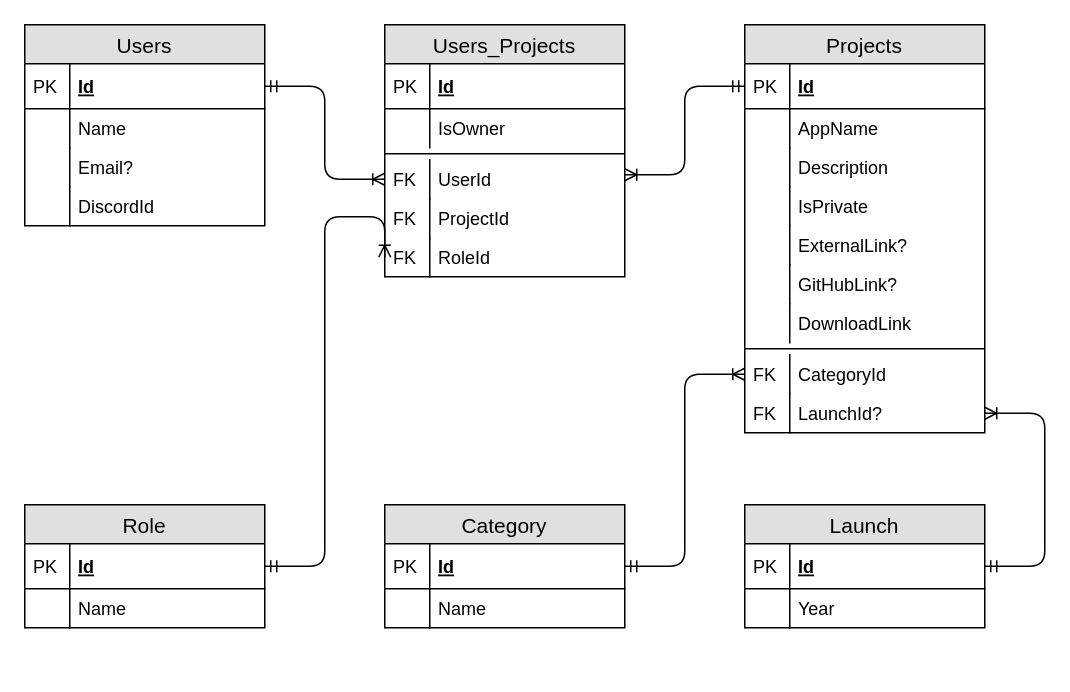
Above: Docs/DbSchema.drawio in Panda-Sharp/UwpCommunity.WebApi (draw.io), before the change. Source tidied: cells renumbered, new cells numbered last; positions are measured from the earlier drawing's top-left corner, leaving out a move shared by most shapes. Both pictures are drawn from the tidied source at 150%, with x=0, y=0 at pixel (24, 24).
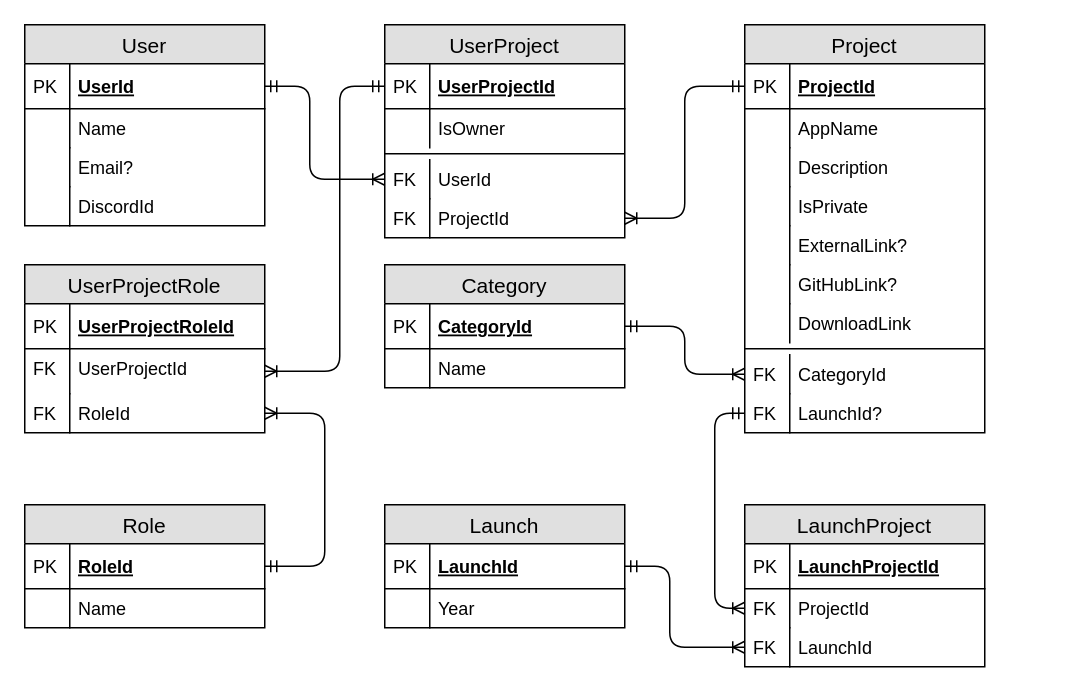
After the change.

Commit message (it also covers changes not shown here):
Update database schema

Unchanged cells that the change refers to:
```xml
<mxCell id="8" value="UserId" style="shape=partialRectangle;top=0;left=0;right=0;bottom=0;align=left;verticalAlign=top;fillColor=none;spacingLeft=34;spacingRight=4;overflow=hidden;points=[[0,0.5],[1,0.5]];portConstraint=eastwest;fontSize=12;" parent="2" vertex="1">
  <mxGeometry y="90" width="160" height="26" as="geometry" />
</mxCell>
<mxCell id="10" value="ProjectId" style="shape=partialRectangle;top=0;left=0;right=0;bottom=0;align=left;verticalAlign=top;fillColor=none;spacingLeft=34;spacingRight=4;overflow=hidden;points=[[0,0.5],[1,0.5]];portConstraint=eastwest;fontSize=12;" parent="2" vertex="1">
  <mxGeometry y="116" width="160" height="26" as="geometry" />
</mxCell>
<mxCell id="39" value="CategoryId" style="shape=partialRectangle;top=0;left=0;right=0;bottom=0;align=left;verticalAlign=top;fillColor=none;spacingLeft=34;spacingRight=4;overflow=hidden;points=[[0,0.5],[1,0.5]];portConstraint=eastwest;fontSize=12;" parent="23" vertex="1">
  <mxGeometry y="220" width="160" height="26" as="geometry" />
</mxCell>
<mxCell id="41" value="LaunchId?" style="shape=partialRectangle;top=0;left=0;right=0;bottom=0;align=left;verticalAlign=top;fillColor=none;spacingLeft=34;spacingRight=4;overflow=hidden;points=[[0,0.5],[1,0.5]];portConstraint=eastwest;fontSize=12;" parent="23" vertex="1">
  <mxGeometry y="246" width="160" height="26" as="geometry" />
</mxCell>
<mxCell id="43" value="Role" style="swimlane;fontStyle=0;horizontal=1;startSize=26;fillColor=#e0e0e0;swimlaneFillColor=#ffffff;align=center;fontSize=14;" parent="1" vertex="1">
  <mxGeometry y="320" width="160" height="82" as="geometry" />
</mxCell>
```

Diff of the diagram source:
```diff
@@
-    <mxCell id="2" value="Users_Projects" style="swimlane;fontStyle=0;horizontal=1;startSize=26;fillColor=#e0e0e0;swimlaneFillColor=#ffffff;align=center;fontSize=14;" parent="1" vertex="1">
-      <mxGeometry x="240" width="160" height="168" as="geometry" />
+    <mxCell id="2" value="UserProject" style="swimlane;fontStyle=0;horizontal=1;startSize=26;fillColor=#e0e0e0;swimlaneFillColor=#ffffff;align=center;fontSize=14;" parent="1" vertex="1">
+      <mxGeometry x="240" width="160" height="142" as="geometry" />
     </mxCell>
-    <mxCell id="3" value="Id" style="shape=partialRectangle;top=0;left=0;right=0;bottom=1;align=left;verticalAlign=middle;fillColor=none;spacingLeft=34;spacingRight=4;overflow=hidden;points=[[0,0.5],[1,0.5]];portConstraint=eastwest;fontStyle=5;fontSize=12;" parent="2" vertex="1">
+    <mxCell id="3" value="UserProjectId" style="shape=partialRectangle;top=0;left=0;right=0;bottom=1;align=left;verticalAlign=middle;fillColor=none;spacingLeft=34;spacingRight=4;overflow=hidden;points=[[0,0.5],[1,0.5]];portConstraint=eastwest;fontStyle=5;fontSize=12;" parent="2" vertex="1">
       <mxGeometry y="26" width="160" height="30" as="geometry" />
     </mxCell>
@@
-    <mxCell id="12" value="RoleId" style="shape=partialRectangle;top=0;left=0;right=0;bottom=0;align=left;verticalAlign=top;fillColor=none;spacingLeft=34;spacingRight=4;overflow=hidden;points=[[0,0.5],[1,0.5]];portConstraint=eastwest;fontSize=12;" parent="2" vertex="1">
-      <mxGeometry y="142" width="160" height="26" as="geometry" />
-    </mxCell>
-    <mxCell id="13" value="FK" style="shape=partialRectangle;top=0;left=0;bottom=0;fillColor=none;align=left;verticalAlign=top;spacingLeft=4;spacingRight=4;overflow=hidden;fontSize=12;" parent="12" vertex="1">
-      <mxGeometry width="30" height="26" as="geometry" />
-    </mxCell>
-    <mxCell id="14" value="Users" style="swimlane;fontStyle=0;horizontal=1;startSize=26;fillColor=#e0e0e0;swimlaneFillColor=#ffffff;align=center;fontSize=14;" parent="1" vertex="1">
+    <mxCell id="14" value="User" style="swimlane;fontStyle=0;horizontal=1;startSize=26;fillColor=#e0e0e0;swimlaneFillColor=#ffffff;align=center;fontSize=14;" parent="1" vertex="1">
       <mxGeometry width="160" height="134" as="geometry" />
     </mxCell>
-    <mxCell id="15" value="Id" style="shape=partialRectangle;top=0;left=0;right=0;bottom=1;align=left;verticalAlign=middle;fillColor=none;spacingLeft=34;spacingRight=4;overflow=hidden;points=[[0,0.5],[1,0.5]];portConstraint=eastwest;fontStyle=5;fontSize=12;" parent="14" vertex="1">
+    <mxCell id="15" value="UserId" style="shape=partialRectangle;top=0;left=0;right=0;bottom=1;align=left;verticalAlign=middle;fillColor=none;spacingLeft=34;spacingRight=4;overflow=hidden;points=[[0,0.5],[1,0.5]];portConstraint=eastwest;fontStyle=5;fontSize=12;" parent="14" vertex="1">
       <mxGeometry y="26" width="160" height="30" as="geometry" />
     </mxCell>
@@
-    <mxCell id="23" value="Projects" style="swimlane;fontStyle=0;horizontal=1;startSize=26;fillColor=#e0e0e0;swimlaneFillColor=#ffffff;align=center;fontSize=14;" parent="1" vertex="1">
+    <mxCell id="23" value="Project" style="swimlane;fontStyle=0;horizontal=1;startSize=26;fillColor=#e0e0e0;swimlaneFillColor=#ffffff;align=center;fontSize=14;" parent="1" vertex="1">
       <mxGeometry x="480" width="160" height="272" as="geometry" />
     </mxCell>
-    <mxCell id="24" value="Id" style="shape=partialRectangle;top=0;left=0;right=0;bottom=1;align=left;verticalAlign=middle;fillColor=none;spacingLeft=34;spacingRight=4;overflow=hidden;points=[[0,0.5],[1,0.5]];portConstraint=eastwest;fontStyle=5;fontSize=12;" parent="23" vertex="1">
+    <mxCell id="24" value="ProjectId" style="shape=partialRectangle;top=0;left=0;right=0;bottom=1;align=left;verticalAlign=middle;fillColor=none;spacingLeft=34;spacingRight=4;overflow=hidden;points=[[0,0.5],[1,0.5]];portConstraint=eastwest;fontStyle=5;fontSize=12;" parent="23" vertex="1">
       <mxGeometry y="26" width="160" height="30" as="geometry" />
     </mxCell>
@@
+    <mxCell id="48" style="edgeStyle=orthogonalEdgeStyle;fontSize=12;html=1;endArrow=ERoneToMany;startArrow=ERmandOne;exitX=1;exitY=0.5;exitDx=0;exitDy=0;entryX=0;entryY=0.5;entryDx=0;entryDy=0;" parent="1" edge="1" source="52" target="75">
+      <mxGeometry relative="1" as="geometry">
+        <Array as="points">
+          <mxPoint x="430" y="361" />
+          <mxPoint x="430" y="415" />
+        </Array>
+      </mxGeometry>
+    </mxCell>
+    <mxCell id="49" style="edgeStyle=orthogonalEdgeStyle;fontSize=12;html=1;endArrow=ERoneToMany;startArrow=ERmandOne;exitX=1;exitY=0.5;exitDx=0;exitDy=0;entryX=0;entryY=0.5;entryDx=0;entryDy=0;" parent="1" edge="1" source="15" target="8">
+      <mxGeometry relative="1" as="geometry">
+        <Array as="points">
+          <mxPoint x="190" y="41" />
+          <mxPoint x="190" y="103" />
+        </Array>
+      </mxGeometry>
+    </mxCell>
+    <mxCell id="50" style="fontSize=12;html=1;endArrow=ERoneToMany;startArrow=ERmandOne;anchorPointDirection=1;edgeStyle=orthogonalEdgeStyle;exitX=0;exitY=0.5;exitDx=0;exitDy=0;entryX=1;entryY=0.5;entryDx=0;entryDy=0;" parent="1" edge="1" source="24" target="10">
+      <mxGeometry relative="1" as="geometry">
+        <Array as="points">
+          <mxPoint x="440" y="41" />
+          <mxPoint x="440" y="129" />
+        </Array>
+      </mxGeometry>
+    </mxCell>
+    <mxCell id="56" style="fontSize=12;html=1;endArrow=ERoneToMany;startArrow=ERmandOne;anchorPointDirection=1;edgeStyle=orthogonalEdgeStyle;exitX=1;exitY=0.5;exitDx=0;exitDy=0;entryX=1;entryY=0.5;entryDx=0;entryDy=0;" parent="1" edge="1" source="44" target="12">
+      <mxGeometry relative="1" as="geometry">
+        <Array as="points">
+          <mxPoint x="200" y="361" />
+          <mxPoint x="200" y="259" />
+        </Array>
+      </mxGeometry>
+    </mxCell>
+    <mxCell id="62" style="edgeStyle=orthogonalEdgeStyle;fontSize=12;html=1;endArrow=ERoneToMany;startArrow=ERmandOne;entryX=0;entryY=0.5;entryDx=0;entryDy=0;exitX=1;exitY=0.5;exitDx=0;exitDy=0;" parent="1" edge="1" source="58" target="39">
+      <mxGeometry relative="1" as="geometry">
+        <Array as="points">
+          <mxPoint x="440" y="201" />
+          <mxPoint x="440" y="233" />
+        </Array>
+      </mxGeometry>
+    </mxCell>
+    <mxCell id="63" style="fontSize=12;html=1;endArrow=ERoneToMany;startArrow=ERmandOne;anchorPointDirection=1;edgeStyle=orthogonalEdgeStyle;exitX=0;exitY=0.5;exitDx=0;exitDy=0;entryX=1;entryY=0.5;entryDx=0;entryDy=0;" parent="1" edge="1" source="3" target="67">
+      <mxGeometry relative="1" as="geometry">
+        <Array as="points">
+          <mxPoint x="210" y="41" />
+          <mxPoint x="210" y="231" />
+        </Array>
+      </mxGeometry>
+    </mxCell>
+    <mxCell id="57" value="Category" style="swimlane;fontStyle=0;horizontal=1;startSize=26;fillColor=#e0e0e0;swimlaneFillColor=#ffffff;align=center;fontSize=14;" parent="1" vertex="1">
+      <mxGeometry x="240" y="160" width="160" height="82" as="geometry" />
+    </mxCell>
+    <mxCell id="58" value="CategoryId" style="shape=partialRectangle;top=0;left=0;right=0;bottom=1;align=left;verticalAlign=middle;fillColor=none;spacingLeft=34;spacingRight=4;overflow=hidden;points=[[0,0.5],[1,0.5]];portConstraint=eastwest;fontStyle=5;fontSize=12;" parent="57" vertex="1">
+      <mxGeometry y="26" width="160" height="30" as="geometry" />
+    </mxCell>
+    <mxCell id="59" value="PK" style="shape=partialRectangle;top=0;left=0;bottom=0;fillColor=none;align=left;verticalAlign=middle;spacingLeft=4;spacingRight=4;overflow=hidden;fontSize=12;" parent="58" vertex="1">
+      <mxGeometry width="30" height="30" as="geometry" />
+    </mxCell>
+    <mxCell id="60" value="Name" style="shape=partialRectangle;top=0;left=0;right=0;bottom=0;align=left;verticalAlign=top;fillColor=none;spacingLeft=34;spacingRight=4;overflow=hidden;fontSize=12;" parent="57" vertex="1">
+      <mxGeometry y="56" width="160" height="26" as="geometry" />
+    </mxCell>
+    <mxCell id="61" style="shape=partialRectangle;top=0;left=0;bottom=0;fillColor=none;align=left;verticalAlign=top;spacingLeft=4;spacingRight=4;overflow=hidden;fontSize=12;" parent="60" vertex="1">
+      <mxGeometry width="30" height="26" as="geometry" />
+    </mxCell>
+    <mxCell id="64" value="UserProjectRole" style="swimlane;fontStyle=0;horizontal=1;startSize=26;fillColor=#e0e0e0;swimlaneFillColor=#ffffff;align=center;fontSize=14;" parent="1" vertex="1">
+      <mxGeometry y="160" width="160" height="112" as="geometry" />
+    </mxCell>
+    <mxCell id="65" value="UserProjectRoleId" style="shape=partialRectangle;top=0;left=0;right=0;bottom=1;align=left;verticalAlign=middle;fillColor=none;spacingLeft=34;spacingRight=4;overflow=hidden;fontStyle=5;fontSize=12;" parent="64" vertex="1">
+      <mxGeometry y="26" width="160" height="30" as="geometry" />
+    </mxCell>
+    <mxCell id="66" value="PK" style="shape=partialRectangle;top=0;left=0;bottom=0;fillColor=none;align=left;verticalAlign=middle;spacingLeft=4;spacingRight=4;overflow=hidden;fontSize=12;" parent="65" vertex="1">
+      <mxGeometry width="30" height="30" as="geometry" />
+    </mxCell>
+    <mxCell id="67" value="UserProjectId" style="shape=partialRectangle;top=0;left=0;right=0;bottom=0;align=left;verticalAlign=top;fillColor=none;spacingLeft=34;spacingRight=4;overflow=hidden;points=[[0,0.5],[1,0.5]];portConstraint=eastwest;fontSize=12;" parent="64" vertex="1">
+      <mxGeometry y="56" width="160" height="30" as="geometry" />
+    </mxCell>
+    <mxCell id="68" value="FK" style="shape=partialRectangle;top=0;left=0;bottom=0;fillColor=none;align=left;verticalAlign=top;spacingLeft=4;spacingRight=4;overflow=hidden;fontSize=12;" parent="67" vertex="1">
+      <mxGeometry width="30" height="30" as="geometry" />
+    </mxCell>
+    <mxCell id="12" value="RoleId" style="shape=partialRectangle;top=0;left=0;right=0;bottom=0;align=left;verticalAlign=top;fillColor=none;spacingLeft=34;spacingRight=4;overflow=hidden;points=[[0,0.5],[1,0.5]];portConstraint=eastwest;fontSize=12;" parent="64" vertex="1">
+      <mxGeometry y="86" width="160" height="26" as="geometry" />
+    </mxCell>
+    <mxCell id="69" value="FK" style="shape=partialRectangle;top=0;left=0;bottom=0;fillColor=none;align=left;verticalAlign=top;spacingLeft=4;spacingRight=4;overflow=hidden;fontSize=12;" parent="12" vertex="1">
+      <mxGeometry width="30" height="26" as="geometry" />
+    </mxCell>
@@
-    <mxCell id="44" value="Id" style="shape=partialRectangle;top=0;left=0;right=0;bottom=1;align=left;verticalAlign=middle;fillColor=none;spacingLeft=34;spacingRight=4;overflow=hidden;points=[[0,0.5],[1,0.5]];portConstraint=eastwest;fontStyle=5;fontSize=12;" parent="43" vertex="1">
+    <mxCell id="44" value="RoleId" style="shape=partialRectangle;top=0;left=0;right=0;bottom=1;align=left;verticalAlign=middle;fillColor=none;spacingLeft=34;spacingRight=4;overflow=hidden;points=[[0,0.5],[1,0.5]];portConstraint=eastwest;fontStyle=5;fontSize=12;" parent="43" vertex="1">
       <mxGeometry y="26" width="160" height="30" as="geometry" />
     </mxCell>
@@
-    <mxCell id="48" style="edgeStyle=orthogonalEdgeStyle;fontSize=12;html=1;endArrow=ERoneToMany;startArrow=ERmandOne;entryX=1;entryY=0.5;entryDx=0;entryDy=0;exitX=1;exitY=0.5;exitDx=0;exitDy=0;" parent="1" edge="1" source="52" target="41">
-      <mxGeometry relative="1" as="geometry">
-        <Array as="points">
-          <mxPoint x="680" y="361" />
-          <mxPoint x="680" y="259" />
-        </Array>
-      </mxGeometry>
-    </mxCell>
-    <mxCell id="49" style="edgeStyle=orthogonalEdgeStyle;fontSize=12;html=1;endArrow=ERoneToMany;startArrow=ERmandOne;exitX=1;exitY=0.5;exitDx=0;exitDy=0;entryX=0;entryY=0.5;entryDx=0;entryDy=0;" parent="1" edge="1" source="15" target="8">
-      <mxGeometry relative="1" as="geometry" />
-    </mxCell>
-    <mxCell id="50" style="fontSize=12;html=1;endArrow=ERoneToMany;startArrow=ERmandOne;anchorPointDirection=1;edgeStyle=orthogonalEdgeStyle;exitX=0;exitY=0.5;exitDx=0;exitDy=0;" parent="1" edge="1" source="24">
-      <mxGeometry relative="1" as="geometry">
-        <mxPoint x="400" y="100" as="targetPoint" />
-        <Array as="points">
-          <mxPoint x="440" y="41" />
-          <mxPoint x="440" y="100" />
-        </Array>
-      </mxGeometry>
-    </mxCell>
     <mxCell id="51" value="Launch" style="swimlane;fontStyle=0;horizontal=1;startSize=26;fillColor=#e0e0e0;swimlaneFillColor=#ffffff;align=center;fontSize=14;" parent="1" vertex="1">
-      <mxGeometry x="480" y="320" width="160" height="82" as="geometry" />
+      <mxGeometry x="240" y="320" width="160" height="82" as="geometry" />
     </mxCell>
-    <mxCell id="52" value="Id" style="shape=partialRectangle;top=0;left=0;right=0;bottom=1;align=left;verticalAlign=middle;fillColor=none;spacingLeft=34;spacingRight=4;overflow=hidden;points=[[0,0.5],[1,0.5]];portConstraint=eastwest;fontStyle=5;fontSize=12;" parent="51" vertex="1">
+    <mxCell id="52" value="LaunchId" style="shape=partialRectangle;top=0;left=0;right=0;bottom=1;align=left;verticalAlign=middle;fillColor=none;spacingLeft=34;spacingRight=4;overflow=hidden;points=[[0,0.5],[1,0.5]];portConstraint=eastwest;fontStyle=5;fontSize=12;" parent="51" vertex="1">
       <mxGeometry y="26" width="160" height="30" as="geometry" />
     </mxCell>
@@
-    <mxCell id="56" style="fontSize=12;html=1;endArrow=ERoneToMany;startArrow=ERmandOne;anchorPointDirection=1;edgeStyle=orthogonalEdgeStyle;exitX=1;exitY=0.5;exitDx=0;exitDy=0;entryX=0;entryY=0.5;entryDx=0;entryDy=0;" parent="1" edge="1" source="44" target="12">
-      <mxGeometry relative="1" as="geometry">
-        <Array as="points">
-          <mxPoint x="200" y="361" />
-          <mxPoint x="200" y="128" />
-          <mxPoint x="240" y="128" />
-        </Array>
-      </mxGeometry>
-    </mxCell>
-    <mxCell id="57" value="Category" style="swimlane;fontStyle=0;horizontal=1;startSize=26;fillColor=#e0e0e0;swimlaneFillColor=#ffffff;align=center;fontSize=14;" parent="1" vertex="1">
-      <mxGeometry x="240" y="320" width="160" height="82" as="geometry" />
-    </mxCell>
-    <mxCell id="58" value="Id" style="shape=partialRectangle;top=0;left=0;right=0;bottom=1;align=left;verticalAlign=middle;fillColor=none;spacingLeft=34;spacingRight=4;overflow=hidden;points=[[0,0.5],[1,0.5]];portConstraint=eastwest;fontStyle=5;fontSize=12;" parent="57" vertex="1">
-      <mxGeometry y="26" width="160" height="30" as="geometry" />
-    </mxCell>
-    <mxCell id="59" value="PK" style="shape=partialRectangle;top=0;left=0;bottom=0;fillColor=none;align=left;verticalAlign=middle;spacingLeft=4;spacingRight=4;overflow=hidden;fontSize=12;" parent="58" vertex="1">
-      <mxGeometry width="30" height="30" as="geometry" />
-    </mxCell>
-    <mxCell id="60" value="Name" style="shape=partialRectangle;top=0;left=0;right=0;bottom=0;align=left;verticalAlign=top;fillColor=none;spacingLeft=34;spacingRight=4;overflow=hidden;fontSize=12;" parent="57" vertex="1">
-      <mxGeometry y="56" width="160" height="26" as="geometry" />
-    </mxCell>
-    <mxCell id="61" style="shape=partialRectangle;top=0;left=0;bottom=0;fillColor=none;align=left;verticalAlign=top;spacingLeft=4;spacingRight=4;overflow=hidden;fontSize=12;" parent="60" vertex="1">
-      <mxGeometry width="30" height="26" as="geometry" />
-    </mxCell>
-    <mxCell id="62" style="edgeStyle=orthogonalEdgeStyle;fontSize=12;html=1;endArrow=ERoneToMany;startArrow=ERmandOne;entryX=0;entryY=0.5;entryDx=0;entryDy=0;exitX=1;exitY=0.5;exitDx=0;exitDy=0;" parent="1" edge="1" source="58" target="39">
-      <mxGeometry relative="1" as="geometry">
-        <Array as="points">
-          <mxPoint x="440" y="361" />
-          <mxPoint x="440" y="233" />
-        </Array>
-      </mxGeometry>
-    </mxCell>
+    <mxCell id="70" value="LaunchProject" style="swimlane;fontStyle=0;horizontal=1;startSize=26;fillColor=#e0e0e0;swimlaneFillColor=#ffffff;align=center;fontSize=14;" parent="1" vertex="1">
+      <mxGeometry x="480" y="320" width="160" height="108" as="geometry" />
+    </mxCell>
+    <mxCell id="71" value="LaunchProjectId" style="shape=partialRectangle;top=0;left=0;right=0;bottom=1;align=left;verticalAlign=middle;fillColor=none;spacingLeft=34;spacingRight=4;overflow=hidden;fontStyle=5;fontSize=12;" parent="70" vertex="1">
+      <mxGeometry y="26" width="160" height="30" as="geometry" />
+    </mxCell>
+    <mxCell id="72" value="PK" style="shape=partialRectangle;top=0;left=0;bottom=0;fillColor=none;align=left;verticalAlign=middle;spacingLeft=4;spacingRight=4;overflow=hidden;fontSize=12;" parent="71" vertex="1">
+      <mxGeometry width="30" height="30" as="geometry" />
+    </mxCell>
+    <mxCell id="73" value="ProjectId" style="shape=partialRectangle;top=0;left=0;right=0;bottom=0;align=left;verticalAlign=top;fillColor=none;spacingLeft=34;spacingRight=4;overflow=hidden;points=[[0,0.5],[1,0.5]];portConstraint=eastwest;fontSize=12;" parent="70" vertex="1">
+      <mxGeometry y="56" width="160" height="26" as="geometry" />
+    </mxCell>
+    <mxCell id="74" value="FK" style="shape=partialRectangle;top=0;left=0;bottom=0;fillColor=none;align=left;verticalAlign=top;spacingLeft=4;spacingRight=4;overflow=hidden;fontSize=12;" parent="73" vertex="1">
+      <mxGeometry width="30" height="26" as="geometry" />
+    </mxCell>
+    <mxCell id="75" value="LaunchId" style="shape=partialRectangle;top=0;left=0;right=0;bottom=0;align=left;verticalAlign=top;fillColor=none;spacingLeft=34;spacingRight=4;overflow=hidden;points=[[0,0.5],[1,0.5]];portConstraint=eastwest;fontSize=12;" parent="70" vertex="1">
+      <mxGeometry y="82" width="160" height="26" as="geometry" />
+    </mxCell>
+    <mxCell id="76" value="FK" style="shape=partialRectangle;top=0;left=0;bottom=0;fillColor=none;align=left;verticalAlign=top;spacingLeft=4;spacingRight=4;overflow=hidden;fontSize=12;" parent="75" vertex="1">
+      <mxGeometry width="30" height="26" as="geometry" />
+    </mxCell>
+    <mxCell id="77" style="edgeStyle=orthogonalEdgeStyle;fontSize=12;html=1;endArrow=ERoneToMany;startArrow=ERmandOne;entryX=0;entryY=0.5;entryDx=0;entryDy=0;exitX=0;exitY=0.5;exitDx=0;exitDy=0;" parent="1" edge="1" source="41" target="73">
+      <mxGeometry relative="1" as="geometry">
+        <Array as="points">
+          <mxPoint x="460" y="259" />
+          <mxPoint x="460" y="389" />
+        </Array>
+      </mxGeometry>
+    </mxCell>
```
